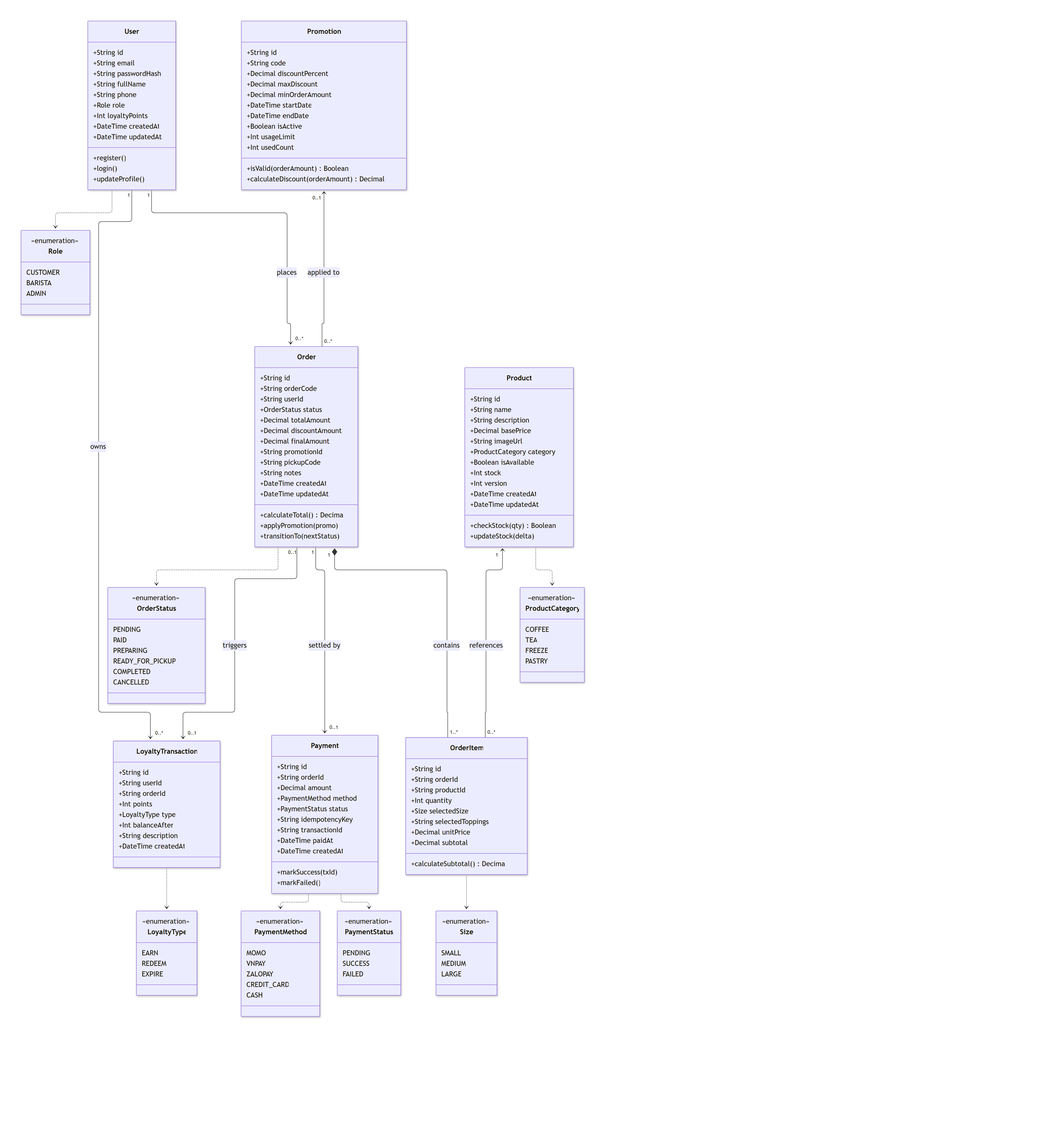
Before: docs/diagrams/class/class-domain.png, a diagram exported from Mermaid (nphat-code/swe-project). Its source is kept beside it as docs/diagrams/class/class-domain.mmd.
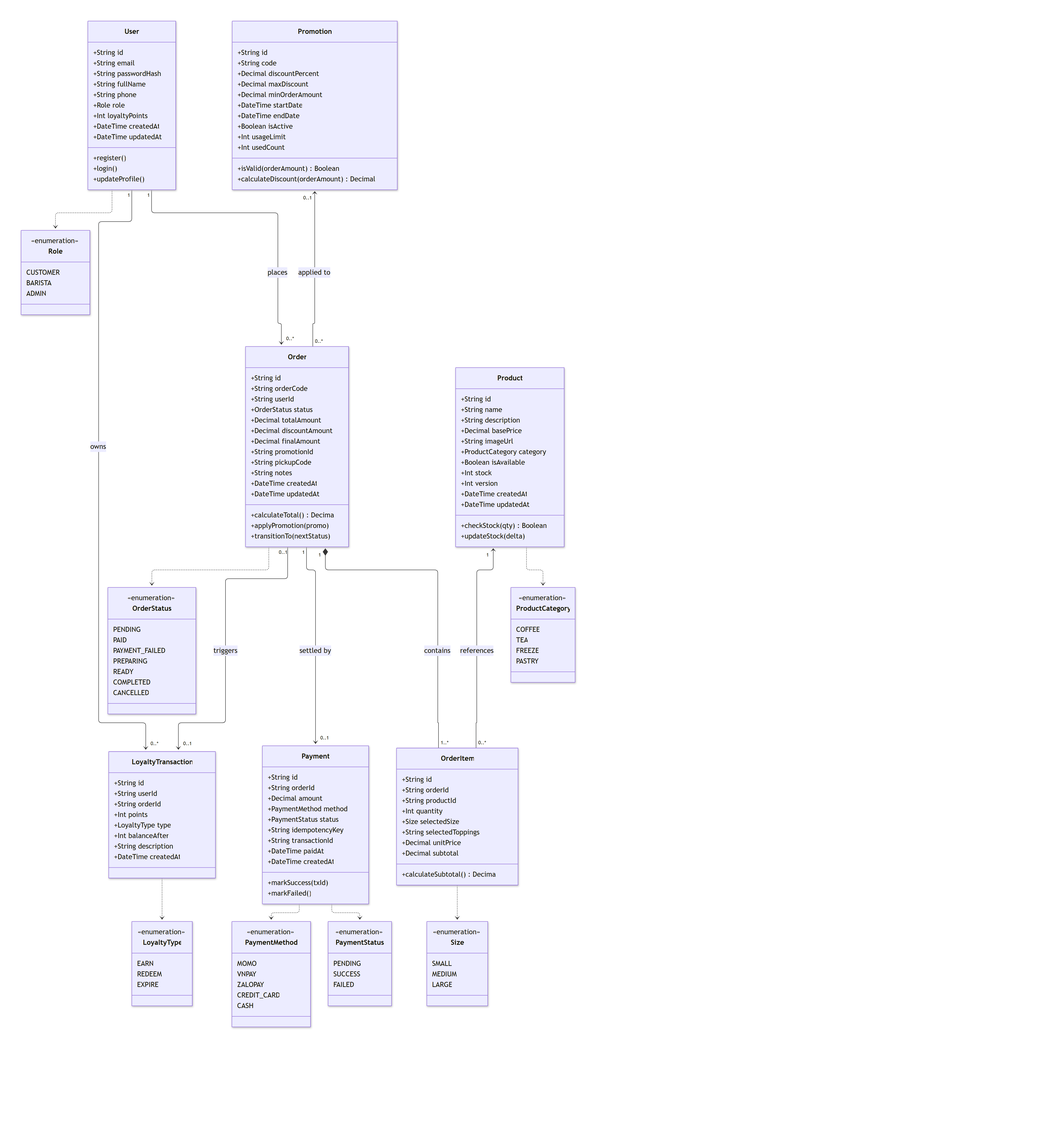
After the commit.

Commit message:
fix(class): add white background to SVG for dark mode visibility and standardize OrderStatus (Task 2.3)

Change to the diagram source:
```diff
@@ -128,8 +128,9 @@
         <<enumeration>>
         PENDING
         PAID
+        PAYMENT_FAILED
         PREPARING
-        READY_FOR_PICKUP
+        READY
         COMPLETED
         CANCELLED
     }
```
